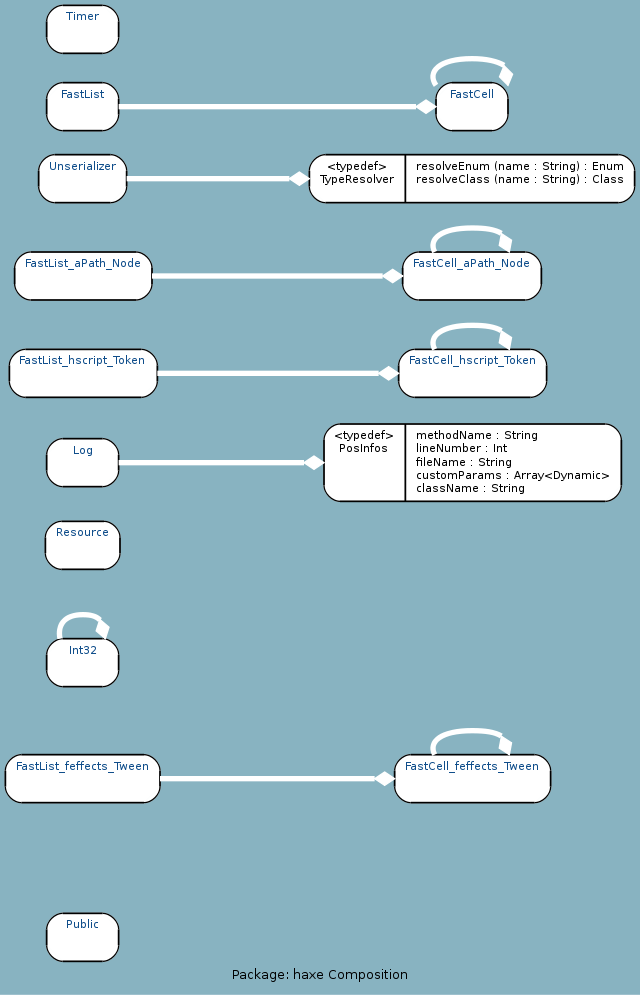
Earlier version of the Graphviz export docs/uml/haxe_C.png (google-code-export/haxegui). Its source is kept beside it as docs/uml/haxe_C.dot.
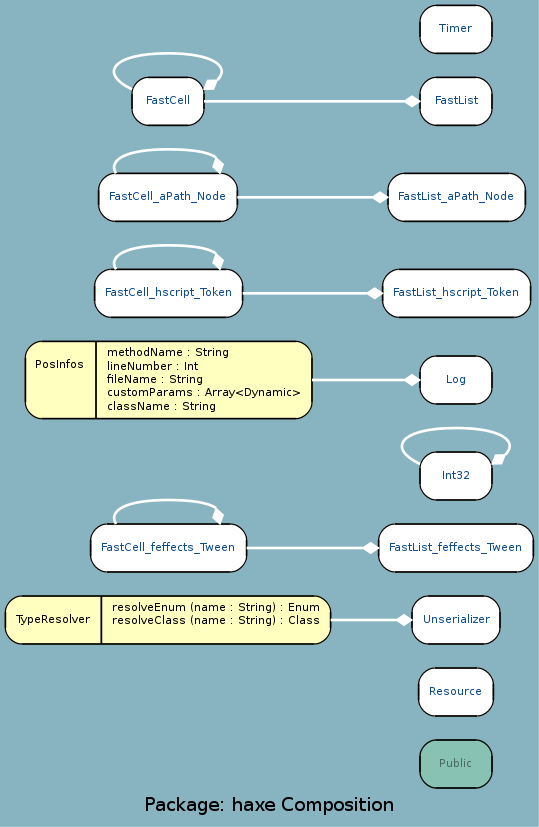
The same diagram one commit later.

What changed in the source:
```diff
@@ -1,35 +1,34 @@
 digraph uml {
-	graph [label="Package: haxe Composition", ratio=compress, rankdir=LR, size="24,12", fontname=Sans, fontsize=10, bgcolor="#88B3C1", fontcolor=black];
-	node [label="\N", fontname=Sans, fontsize=8, shape=record, color=black, fontcolor=black];
-	edge [fontname=Sans, fontsize=8, minlen=3, color=black, fontcolor=black];
-	graph [lp="236,10",
-		bb="0,0,472,738"];
-	"haxe.Public" [label="{Public}", fontcolor="#104E8B", style="rounded,filled", fillcolor=white, URL="../types/haxe/Public.html", tooltip=Public, portPos=Public, pos="58,39", rects="31,21,85,57", width="0.75", height="0.50"];
-	"haxe.FastCell_feffects_Tween" [label="{FastCell_feffects_Tween}", fontcolor="#104E8B", style="rounded,filled", fillcolor=white, URL="../types/haxe/FastCell_feffects_Tween.html", tooltip=FastCell_feffects_Tween, portPos=FastCell_feffects_Tween, pos="350,158", rects="292,140,409,176", width="1.61", height="0.50"];
-	"haxe.Int32" [label="{Int32}", fontcolor="#104E8B", style="rounded,filled", fillcolor=white, URL="../types/haxe/Int32.html", tooltip=Int32, portPos=Int32, pos="58,245", rects="31,227,85,263", width="0.75", height="0.50"];
-	"haxe.Resource" [label="{Resource}", fontcolor="#104E8B", style="rounded,filled", fillcolor=white, URL="../types/haxe/Resource.html", tooltip=Resource, portPos=Resource, pos="58,333", rects="30,315,86,351", width="0.78", height="0.50"];
-	"haxe.PosInfos" [label="{\<typedef\>\nPosInfos|methodName : String\llineNumber : Int\lfileName : String\lcustomParams : Array\<Dynamic\>\lclassName : St\
-ring\l}", style="rounded,filled", fillcolor=white, pos="350,395", rects="239,366,300,424 300,366,462,424", width="3.08", height="0.81"];
-	"haxe.FastList_hscript_Token" [label="{FastList_hscript_Token}", fontcolor="#104E8B", style="rounded,filled", fillcolor=white, URL="../types/haxe/FastList_hscript_Token.html", tooltip=FastList_hscript_Token, portPos=FastList_hscript_Token, pos="58,462", rects="3,444,114,480", width="1.53", height="0.50"];
-	"haxe.FastCell_hscript_Token" [label="{FastCell_hscript_Token}", fontcolor="#104E8B", style="rounded,filled", fillcolor=white, URL="../types/haxe/FastCell_hscript_Token.html", tooltip=FastCell_hscript_Token, portPos=FastCell_hscript_Token, pos="350,462", rects="295,444,406,480", width="1.53", height="0.50"];
-	"haxe.FastCell_aPath_Node" [label="{FastCell_aPath_Node}", fontcolor="#104E8B", style="rounded,filled", fillcolor=white, URL="../types/haxe/FastCell_aPath_Node.html", tooltip=FastCell_aPath_Node, portPos=FastCell_aPath_Node, pos="350,535", rects="298,517,402,553", width="1.44", height="0.50"];
-	"haxe.FastList_aPath_Node" [label="{FastList_aPath_Node}", fontcolor="#104E8B", style="rounded,filled", fillcolor=white, URL="../types/haxe/FastList_aPath_Node.html", tooltip=FastList_aPath_Node, portPos=FastList_aPath_Node, pos="58,535", rects="7,517,110,553", width="1.42", height="0.50"];
-	"haxe.TypeResolver" [label="{\<typedef\>\nTypeResolver|resolveEnum (name : String) : Enum\lresolveClass (name : String) : Class\l}", style="rounded,filled", fillcolor=white, pos="350,608", rects="228,590,300,626 300,590,472,626", width="3.39", height="0.50"];
-	"haxe.Unserializer" [label="{Unserializer}", fontcolor="#104E8B", style="rounded,filled", fillcolor=white, URL="../types/haxe/Unserializer.html", tooltip=Unserializer, portPos=Unserializer, pos="58,608", rects="25,590,91,626", width="0.92", height="0.50"];
-	"haxe.FastList_feffects_Tween" [label="{FastList_feffects_Tween}", fontcolor="#104E8B", style="rounded,filled", fillcolor=white, URL="../types/haxe/FastList_feffects_Tween.html", tooltip=FastList_feffects_Tween, portPos=FastList_feffects_Tween, pos="58,158", rects="0,140,116,176", width="1.61", height="0.50"];
-	"haxe.Log" [label="{Log}", fontcolor="#104E8B", style="rounded,filled", fillcolor=white, URL="../types/haxe/Log.html", tooltip=Log, portPos=Log, pos="58,395", rects="31,377,85,413", width="0.75", height="0.50"];
-	"haxe.FastCell" [label="{FastCell}", fontcolor="#104E8B", style="rounded,filled", fillcolor=white, URL="../types/haxe/FastCell.html", tooltip=FastCell, portPos=FastCell, pos="350,662", rects="323,644,377,680", width="0.75", height="0.50"];
-	"haxe.FastList" [label="{FastList}", fontcolor="#104E8B", style="rounded,filled", fillcolor=white, URL="../types/haxe/FastList.html", tooltip=FastList, portPos=FastList, pos="58,662", rects="31,644,85,680", width="0.75", height="0.50"];
-	"haxe.Timer" [label="{Timer}", fontcolor="#104E8B", style="rounded,filled", fillcolor=white, URL="../types/haxe/Timer.html", tooltip=Timer, portPos=Timer, pos="58,720", rects="31,702,85,738", width="0.75", height="0.50"];
-	"haxe.FastCell_feffects_Tween" -> "haxe.FastCell_feffects_Tween" [color=white, style="setlinewidth(4)", arrowhead=diamond, arrowsize="1.25", pos="e,378,176 322,176 317,186 327,194 350,194 360,194 367,193 372,190"];
-	"haxe.Int32" -> "haxe.Int32" [color=white, style="setlinewidth(4)", arrowhead=diamond, arrowsize="1.25", pos="e,75,263 41,263 39,273 44,281 58,281 64,281 68,280 71,277"];
-	"haxe.FastList_hscript_Token" -> "haxe.FastCell_hscript_Token" [color=white, style="setlinewidth(4)", arrowhead=diamond, arrowsize="1.25", pos="e,295,462 114,462 161,462 229,462 280,462"];
-	"haxe.FastCell_aPath_Node" -> "haxe.FastCell_aPath_Node" [color=white, style="setlinewidth(4)", arrowhead=diamond, arrowsize="1.25", pos="e,378,553 322,553 317,563 327,571 350,571 360,571 367,570 372,567"];
-	"haxe.FastList_aPath_Node" -> "haxe.FastCell_aPath_Node" [color=white, style="setlinewidth(4)", arrowhead=diamond, arrowsize="1.25", pos="e,298,535 110,535 158,535 230,535 283,535"];
-	"haxe.FastCell_hscript_Token" -> "haxe.FastCell_hscript_Token" [color=white, style="setlinewidth(4)", arrowhead=diamond, arrowsize="1.25", pos="e,378,480 322,480 317,490 327,498 350,498 360,498 367,497 372,494"];
-	"haxe.Unserializer" -> "haxe.TypeResolver" [color=white, style="setlinewidth(4)", arrowhead=diamond, arrowsize="1.25", pos="e,228,608 91,608 122,608 168,608 213,608"];
-	"haxe.FastList_feffects_Tween" -> "haxe.FastCell_feffects_Tween" [color=white, style="setlinewidth(4)", arrowhead=diamond, arrowsize="1.25", pos="e,292,158 116,158 162,158 227,158 277,158"];
-	"haxe.Log" -> "haxe.PosInfos" [color=white, style="setlinewidth(4)", arrowhead=diamond, arrowsize="1.25", pos="e,239,395 85,395 117,395 172,395 224,395"];
-	"haxe.FastCell" -> "haxe.FastCell" [color=white, style="setlinewidth(4)", arrowhead=diamond, arrowsize="1.25", pos="e,377,678 323,678 316,688 325,698 350,698 361,698 369,696 374,693"];
-	"haxe.FastList" -> "haxe.FastCell" [color=white, style="setlinewidth(4)", arrowhead=diamond, arrowsize="1.25", pos="e,323,662 85,662 136,662 247,662 308,662"];
+	graph [label="Package: haxe Composition", ratio=compress, rankdir=RL, smoothing=avg_dist, overlap=false, fontname="DejaVu Sans Condenesed", fontsize=14, bgcolor="#88B3C1", fontcolor=black];
+	node [label="\N", fontname="DejaVu Sans Condenesed", fontsize=8, shape=record, color=black, fontcolor=black];
+	edge [fontname="DejaVu Sans Condenesed", fontsize=8, color=black, fontcolor=black];
+	graph [lp="198,12",
+		bb="0,0,396,612"];
+	"haxe.Public" [label="{\nPublic}", fontcolor="#496962", style="rounded,filled", fillcolor="#88c2b3", URL="../types/haxe/Public.html", tooltip="\nPublic", pos="338,43", rects="311,25,365,61", width="0.75", height="0.50"];
+	"haxe.Resource" [label="{\nResource}", fontcolor="#104E8B", style="rounded,filled", fillcolor=white, URL="../types/haxe/Resource.html", tooltip="\nResource", pos="338,97", rects="310,79,366,115", width="0.78", height="0.50"];
+	"haxe.Unserializer" [label="{\nUnserializer}", fontcolor="#104E8B", style="rounded,filled", fillcolor=white, URL="../types/haxe/Unserializer.html", tooltip="\nUnserializer", pos="338,151", rects="305,133,371,169", width="0.92", height="0.50"];
+	"haxe.TypeResolver" [label="{\nTypeResolver|resolveEnum (name : String) : Enum\lresolveClass (name : String) : Class\l}", style="rounded,filled", fillcolor="#ffffbf", pos="122,151", rects="0,133,72,169 72,133,244,169", width="3.39", height="0.50"];
+	"haxe.FastCell_feffects_Tween" [label="{\nFastCell_feffects_Tween}", fontcolor="#104E8B", style="rounded,filled", fillcolor=white, URL="../types/haxe/FastCell_feffects_Tween.html", tooltip="\nFastCell_feffects_Tween", pos="122,205", rects="64,187,181,223", width="1.61", height="0.50"];
+	"haxe.Int32" [label="{\nInt32}", fontcolor="#104E8B", style="rounded,filled", fillcolor=white, URL="../types/haxe/Int32.html", tooltip="\nInt32", pos="338,259", rects="311,241,365,277", width="0.75", height="0.50"];
+	"haxe.PosInfos" [label="{\nPosInfos|methodName : String\llineNumber : Int\lfileName : String\lcustomParams : Array\<Dynamic\>\lclassName : String\l}", style="rounded,filled", fillcolor="#ffffbf", pos="122,331", rects="15,302,68,360 68,302,230,360", width="2.97", height="0.81"];
+	"haxe.FastList_hscript_Token" [label="{\nFastList_hscript_Token}", fontcolor="#104E8B", style="rounded,filled", fillcolor=white, URL="../types/haxe/FastList_hscript_Token.html", tooltip="\nFastList_hscript_Token", pos="338,396", rects="283,378,394,414", width="1.53", height="0.50"];
+	"haxe.FastCell_hscript_Token" [label="{\nFastCell_hscript_Token}", fontcolor="#104E8B", style="rounded,filled", fillcolor=white, URL="../types/haxe/FastCell_hscript_Token.html", tooltip="\nFastCell_hscript_Token", pos="122,396", rects="67,378,178,414", width="1.53", height="0.50"];
+	"haxe.FastCell_aPath_Node" [label="{\nFastCell_aPath_Node}", fontcolor="#104E8B", style="rounded,filled", fillcolor=white, URL="../types/haxe/FastCell_aPath_Node.html", tooltip="\nFastCell_aPath_Node", pos="122,468", rects="70,450,174,486", width="1.44", height="0.50"];
+	"haxe.FastList_aPath_Node" [label="{\nFastList_aPath_Node}", fontcolor="#104E8B", style="rounded,filled", fillcolor=white, URL="../types/haxe/FastList_aPath_Node.html", tooltip="\nFastList_aPath_Node", pos="338,468", rects="287,450,390,486", width="1.42", height="0.50"];
+	"haxe.FastList_feffects_Tween" [label="{\nFastList_feffects_Tween}", fontcolor="#104E8B", style="rounded,filled", fillcolor=white, URL="../types/haxe/FastList_feffects_Tween.html", tooltip="\nFastList_feffects_Tween", pos="338,205", rects="280,187,396,223", width="1.61", height="0.50"];
+	"haxe.Log" [label="{\nLog}", fontcolor="#104E8B", style="rounded,filled", fillcolor=white, URL="../types/haxe/Log.html", tooltip="\nLog", pos="338,331", rects="311,313,365,349", width="0.75", height="0.50"];
+	"haxe.FastCell" [label="{\nFastCell}", fontcolor="#104E8B", style="rounded,filled", fillcolor=white, URL="../types/haxe/FastCell.html", tooltip="\nFastCell", pos="122,540", rects="95,522,149,558", width="0.75", height="0.50"];
+	"haxe.FastList" [label="{\nFastList}", fontcolor="#104E8B", style="rounded,filled", fillcolor=white, URL="../types/haxe/FastList.html", tooltip="\nFastList", pos="338,540", rects="311,522,365,558", width="0.75", height="0.50"];
+	"haxe.Timer" [label="{\nTimer}", fontcolor="#104E8B", style="rounded,filled", fillcolor=white, URL="../types/haxe/Timer.html", tooltip="\nTimer", pos="338,594", rects="311,576,365,612", width="0.75", height="0.50"];
+	"haxe.Unserializer" -> "haxe.TypeResolver" [color=white, style=bold, arrowhead=none, arrowtail=diamond, arrowsize=1, pos="s,305,151 293,151 278,151 261,151 244,151"];
+	"haxe.FastCell_feffects_Tween" -> "haxe.FastCell_feffects_Tween" [color=white, style=bold, arrowhead=none, arrowtail=diamond, arrowsize=1, pos="s,161,223 158,235 152,239 140,241 122,241 90,241 77,233 83,223"];
+	"haxe.Int32" -> "haxe.Int32" [color=white, style=bold, arrowhead=none, arrowtail=diamond, arrowsize=1, pos="s,365,268 375,275 385,285 372,295 338,295 296,295 286,280 311,268"];
+	"haxe.FastList_hscript_Token" -> "haxe.FastCell_hscript_Token" [color=white, style=bold, arrowhead=none, arrowtail=diamond, arrowsize=1, pos="s,283,396 271,396 241,396 206,396 178,396"];
+	"haxe.FastCell_aPath_Node" -> "haxe.FastCell_aPath_Node" [color=white, style=bold, arrowhead=none, arrowtail=diamond, arrowsize=1, pos="s,161,486 158,498 152,502 140,504 122,504 90,504 77,496 83,486"];
+	"haxe.FastList_aPath_Node" -> "haxe.FastCell_aPath_Node" [color=white, style=bold, arrowhead=none, arrowtail=diamond, arrowsize=1, pos="s,287,468 275,468 243,468 205,468 174,468"];
+	"haxe.FastCell_hscript_Token" -> "haxe.FastCell_hscript_Token" [color=white, style=bold, arrowhead=none, arrowtail=diamond, arrowsize=1, pos="s,161,414 158,426 152,430 140,432 122,432 90,432 77,424 83,414"];
+	"haxe.FastList_feffects_Tween" -> "haxe.FastCell_feffects_Tween" [color=white, style=bold, arrowhead=none, arrowtail=diamond, arrowsize=1, pos="s,280,205 268,205 240,205 208,205 181,205"];
+	"haxe.Log" -> "haxe.PosInfos" [color=white, style=bold, arrowhead=none, arrowtail=diamond, arrowsize=1, pos="s,311,331 299,331 279,331 255,331 230,331"];
+	"haxe.FastCell" -> "haxe.FastCell" [color=white, style=bold, arrowhead=none, arrowtail=diamond, arrowsize=1, pos="s,149,549 159,556 169,566 156,576 122,576 80,576 70,561 95,549"];
+	"haxe.FastList" -> "haxe.FastCell" [color=white, style=bold, arrowhead=none, arrowtail=diamond, arrowsize=1, pos="s,311,540 299,540 256,540 187,540 149,540"];
 }
```
